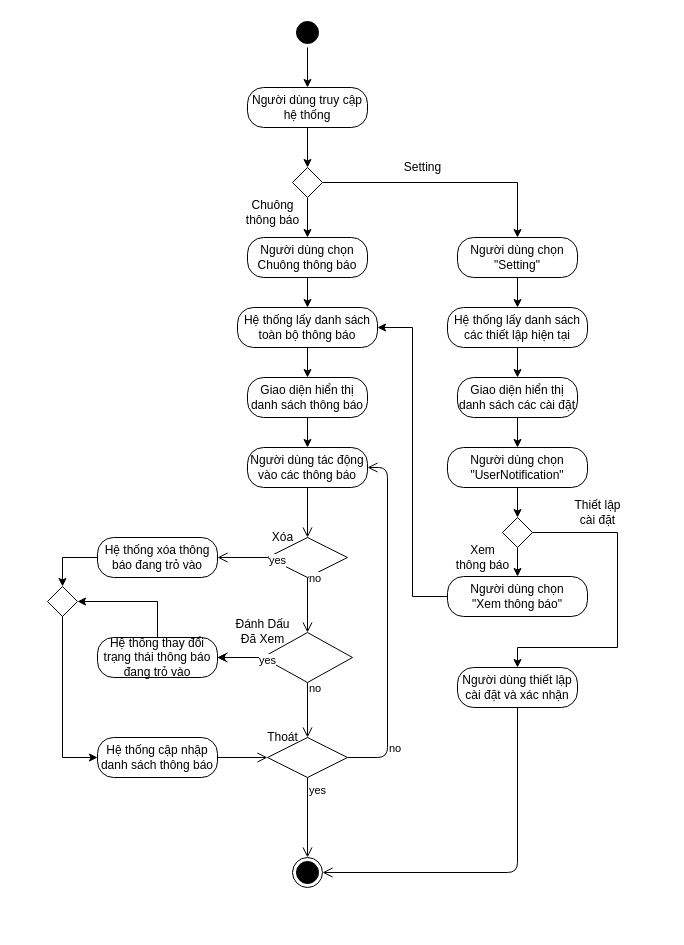
Merevoli-DatLuu/To-Do-App keeps this draw.io diagram as ToDoApp-Doc/Document/Diagram/Activity Diagram/UserNotificationManagement/ActivityDiagram_UserNotificationManagement.drawio. Above is the earlier version. Source tidied: cells renumbered, new cells numbered last; positions are measured from the earlier drawing's top-left corner, leaving out a move shared by most shapes. Both pictures are drawn from the tidied source at 100%, with x=0, y=0 at pixel (17, 17).
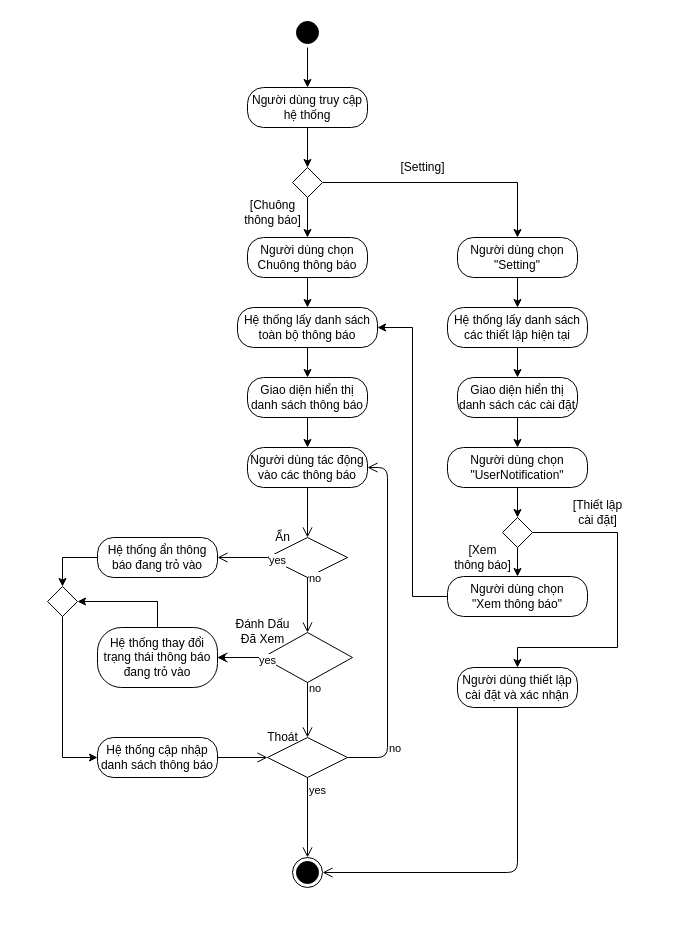
After the change.

Commit message (it also covers changes not shown here):
[Modified]: UserNotificationManagement Activity Diagram

Change to the diagram source:
```diff
@@
-    <mxCell id="23" value="Hệ thống xóa thông báo đang trỏ vào" style="rounded=1;whiteSpace=wrap;html=1;arcSize=40;" parent="1" vertex="1">
+    <mxCell id="23" value="Hệ thống ẩn thông báo đang trỏ vào" style="rounded=1;whiteSpace=wrap;html=1;arcSize=40;" parent="1" vertex="1">
       <mxGeometry x="80" y="520" width="120" height="40" as="geometry" />
     </mxCell>
@@
     <mxCell id="25" value="Hệ thống thay đổi trạng thái thông báo đang trỏ vào" style="rounded=1;whiteSpace=wrap;html=1;arcSize=40;" parent="1" vertex="1">
-      <mxGeometry x="80" y="620" width="120" height="40" as="geometry" />
+      <mxGeometry x="80" y="610" width="120" height="60" as="geometry" />
     </mxCell>
@@
-    <mxCell id="50" value="Chuông&lt;br&gt;thông báo" style="text;html=1;align=center;verticalAlign=middle;" parent="1" vertex="1">
+    <mxCell id="50" value="[Chuông&lt;br&gt;thông báo]" style="text;html=1;align=center;verticalAlign=middle;" parent="1" vertex="1">
       <mxGeometry x="220" y="180" width="70" height="30" as="geometry" />
     </mxCell>
-    <mxCell id="51" value="Setting" style="text;html=1;align=center;verticalAlign=middle;" parent="1" vertex="1">
-      <mxGeometry x="380" y="140" width="50" height="20" as="geometry" />
+    <mxCell id="51" value="[Setting]" style="text;html=1;align=center;verticalAlign=middle;" parent="1" vertex="1">
+      <mxGeometry x="375" y="140" width="60" height="20" as="geometry" />
     </mxCell>
@@
-    <mxCell id="54" value="Xóa&lt;br&gt;" style="text;html=1;align=center;verticalAlign=middle;" parent="1" vertex="1">
-      <mxGeometry x="245" y="510" width="40" height="20" as="geometry" />
+    <mxCell id="54" value="Ẩn" style="text;html=1;align=center;verticalAlign=middle;" parent="1" vertex="1">
+      <mxGeometry x="250" y="510" width="30" height="20" as="geometry" />
     </mxCell>
-    <mxCell id="55" value="Xem&lt;br&gt;thông báo" style="text;html=1;align=center;verticalAlign=middle;" parent="1" vertex="1">
+    <mxCell id="55" value="[Xem&lt;br&gt;thông báo]" style="text;html=1;align=center;verticalAlign=middle;" parent="1" vertex="1">
       <mxGeometry x="430" y="525" width="70" height="30" as="geometry" />
     </mxCell>
-    <mxCell id="56" value="Thiết lập&lt;br&gt;cài đặt" style="text;html=1;align=center;verticalAlign=middle;" parent="1" vertex="1">
-      <mxGeometry x="550" y="480" width="60" height="30" as="geometry" />
+    <mxCell id="56" value="[Thiết lập&lt;br&gt;cài đặt]" style="text;html=1;align=center;verticalAlign=middle;" parent="1" vertex="1">
+      <mxGeometry x="545" y="480" width="70" height="30" as="geometry" />
     </mxCell>
```
